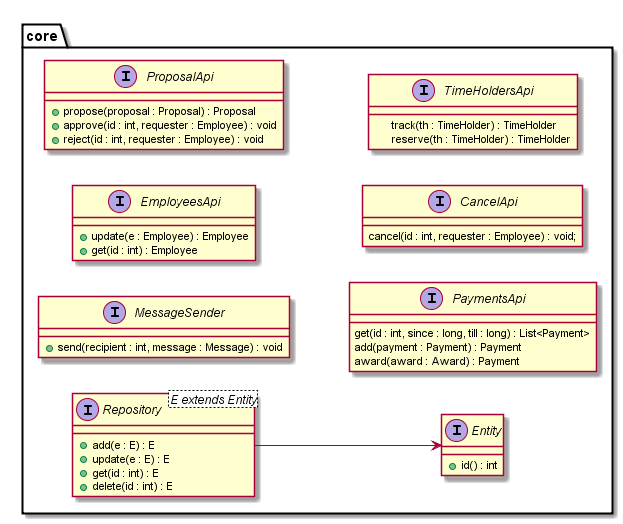
Above: diagrams/classes/core.png in JohnKhandygo/employee-managment (PlantUML), before the change.
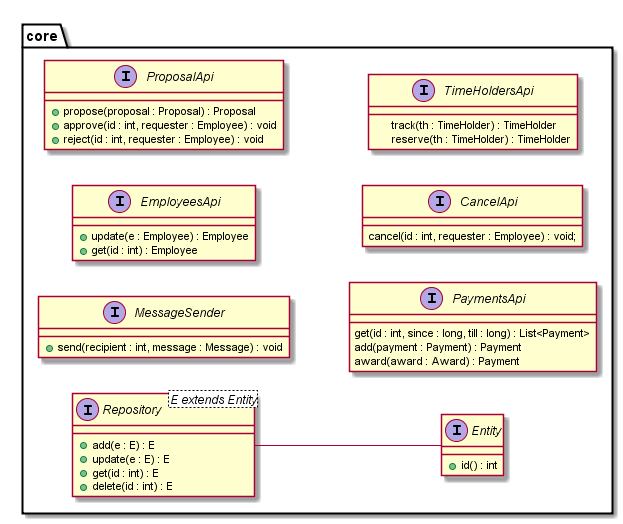
The same file after the commit.

Commit message:
#10 update domain class diagram.

Change to the diagram source:
```diff
@@ -49,5 +49,5 @@
 }
 
 
-Repository --> Entity
+Repository -- Entity
 @enduml
```
